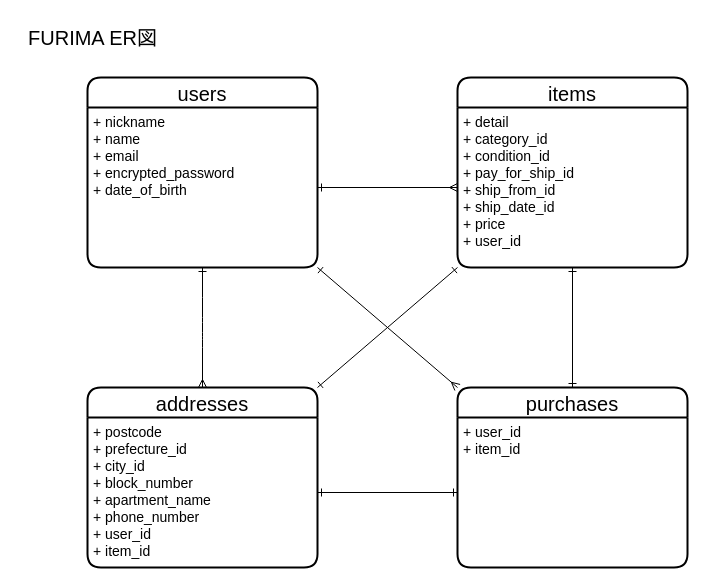
Earlier version of the draw.io diagram furima.er.dio (sumiremama/furima-39966). Source tidied: cells renumbered, new cells numbered last; positions are measured from the earlier drawing's top-left corner, leaving out a move shared by most shapes. Both pictures are drawn from the tidied source at 100%, with x=0, y=0 at pixel (17, 17).
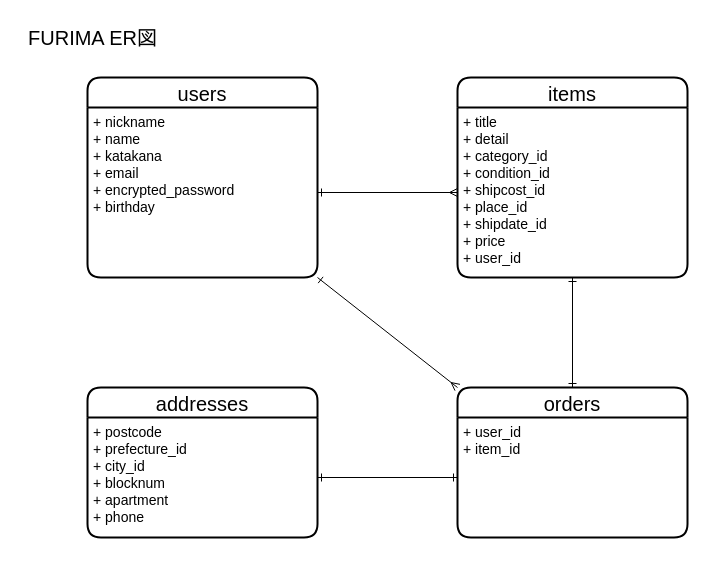
The same diagram, later.

Commit message (it also covers changes not shown here):
READMEとER図の修正

The edit, as a diff of the source:
```diff
@@
 <mxGraphModel>
   <root>
     <mxCell id="0" />
     <mxCell id="1" parent="0" />
     <mxCell id="2" value="users" style="swimlane;horizontal=1;startSize=30;rounded=1;fontSize=20;fontStyle=0;strokeWidth=2;shadow=0;dashed=0;align=center;" parent="1" vertex="1">
-      <mxGeometry x="70" y="60" width="230" height="190" as="geometry" />
+      <mxGeometry x="70" y="60" width="230" height="200" as="geometry" />
     </mxCell>
-    <mxCell id="3" value="+ nickname&#10;+ name&#10;+ email&#10;+ encrypted_password&#10;+ date_of_birth" style="align=left;strokeColor=none;fillColor=none;spacingLeft=4;fontSize=14;verticalAlign=top;" parent="2" vertex="1">
-      <mxGeometry y="30" width="230" height="160" as="geometry" />
+    <mxCell id="3" value="+ nickname&#10;+ name&#10;+ katakana&#10;+ email&#10;+ encrypted_password&#10;+ birthday" style="align=left;strokeColor=none;fillColor=none;spacingLeft=4;fontSize=14;verticalAlign=top;" parent="2" vertex="1">
+      <mxGeometry y="30" width="230" height="170" as="geometry" />
     </mxCell>
     <mxCell id="4" value="items" style="swimlane;horizontal=1;startSize=30;rounded=1;fontSize=20;fontStyle=0;strokeWidth=2;shadow=0;dashed=0;align=center;" parent="1" vertex="1">
-      <mxGeometry x="440" y="60" width="230" height="190" as="geometry" />
+      <mxGeometry x="440" y="60" width="230" height="200" as="geometry" />
     </mxCell>
-    <mxCell id="5" value="+ detail&#10;+ category_id&#10;+ condition_id&#10;+ pay_for_ship_id&#10;+ ship_from_id&#10;+ ship_date_id&#10;+ price&#10;+ user_id" style="align=left;strokeColor=none;fillColor=none;spacingLeft=4;fontSize=14;verticalAlign=top;" parent="4" vertex="1">
-      <mxGeometry y="30" width="230" height="160" as="geometry" />
+    <mxCell id="5" value="+ title&#10;+ detail&#10;+ category_id&#10;+ condition_id&#10;+ shipcost_id&#10;+ place_id&#10;+ shipdate_id&#10;+ price&#10;+ user_id" style="align=left;strokeColor=none;fillColor=none;spacingLeft=4;fontSize=14;verticalAlign=top;" parent="4" vertex="1">
+      <mxGeometry y="30" width="230" height="170" as="geometry" />
     </mxCell>
     <mxCell id="6" value="addresses" style="swimlane;horizontal=1;startSize=30;rounded=1;fontSize=20;fontStyle=0;strokeWidth=2;shadow=0;dashed=0;align=center;" parent="1" vertex="1">
-      <mxGeometry x="70" y="370" width="230" height="180" as="geometry" />
+      <mxGeometry x="70" y="370" width="230" height="150" as="geometry" />
     </mxCell>
-    <mxCell id="7" value="+ postcode&#10;+ prefecture_id&#10;+ city_id&#10;+ block_number&#10;+ apartment_name&#10;+ phone_number&#10;+ user_id&#10;+ item_id" style="align=left;strokeColor=none;fillColor=none;spacingLeft=4;fontSize=14;verticalAlign=top;" parent="6" vertex="1">
-      <mxGeometry y="30" width="230" height="150" as="geometry" />
+    <mxCell id="7" value="+ postcode&#10;+ prefecture_id&#10;+ city_id&#10;+ blocknum&#10;+ apartment&#10;+ phone" style="align=left;strokeColor=none;fillColor=none;spacingLeft=4;fontSize=14;verticalAlign=top;" parent="6" vertex="1">
+      <mxGeometry y="30" width="230" height="120" as="geometry" />
     </mxCell>
-    <mxCell id="8" value="purchases" style="swimlane;horizontal=1;startSize=30;rounded=1;fontSize=20;fontStyle=0;strokeWidth=2;shadow=0;dashed=0;align=center;" parent="1" vertex="1">
-      <mxGeometry x="440" y="370" width="230" height="180" as="geometry" />
+    <mxCell id="8" value="orders" style="swimlane;horizontal=1;startSize=30;rounded=1;fontSize=20;fontStyle=0;strokeWidth=2;shadow=0;dashed=0;align=center;" parent="1" vertex="1">
+      <mxGeometry x="440" y="370" width="230" height="150" as="geometry" />
     </mxCell>
     <mxCell id="9" value="+ user_id&#10;+ item_id" style="align=left;strokeColor=none;fillColor=none;spacingLeft=4;fontSize=14;verticalAlign=top;" parent="8" vertex="1">
-      <mxGeometry y="30" width="230" height="150" as="geometry" />
+      <mxGeometry y="30" width="230" height="120" as="geometry" />
     </mxCell>
-    <mxCell id="10" style="fontSize=12;html=1;endArrow=ERmany;exitX=0.5;exitY=1;exitDx=0;exitDy=0;endFill=0;startArrow=ERone;startFill=0;entryX=0.5;entryY=0;entryDx=0;entryDy=0;" parent="1" edge="1" source="3" target="6">
-      <mxGeometry relative="1" as="geometry">
-        <Array as="points">
-          <mxPoint x="185" y="290" />
-          <mxPoint x="185" y="310" />
-          <mxPoint x="185" y="320" />
-        </Array>
-      </mxGeometry>
-    </mxCell>
     <mxCell id="11" style="edgeStyle=none;html=1;exitX=1;exitY=0.5;exitDx=0;exitDy=0;fontSize=14;endArrow=ERmany;endFill=0;startArrow=ERone;startFill=0;entryX=0;entryY=0.5;entryDx=0;entryDy=0;" parent="1" edge="1" source="3" target="5">
       <mxGeometry relative="1" as="geometry" />
     </mxCell>
     <mxCell id="12" style="edgeStyle=none;html=1;exitX=0.5;exitY=1;exitDx=0;exitDy=0;fontSize=14;endArrow=ERone;endFill=0;startArrow=ERone;startFill=0;entryX=0.5;entryY=0;entryDx=0;entryDy=0;" parent="1" edge="1" source="5" target="8">
       <mxGeometry relative="1" as="geometry" />
     </mxCell>
     <mxCell id="13" style="edgeStyle=none;html=1;exitX=1;exitY=0.5;exitDx=0;exitDy=0;entryX=0;entryY=0.5;entryDx=0;entryDy=0;fontSize=14;startArrow=ERone;startFill=0;endArrow=ERone;endFill=0;" parent="1" edge="1" source="7" target="9">
       <mxGeometry relative="1" as="geometry" />
     </mxCell>
-    <mxCell id="14" style="edgeStyle=none;html=1;exitX=0;exitY=1;exitDx=0;exitDy=0;entryX=1;entryY=0;entryDx=0;entryDy=0;fontSize=14;startArrow=ERone;startFill=0;endArrow=ERone;endFill=0;" parent="1" edge="1" source="5" target="6">
-      <mxGeometry relative="1" as="geometry" />
-    </mxCell>
     <mxCell id="15" style="edgeStyle=none;html=1;exitX=1;exitY=1;exitDx=0;exitDy=0;entryX=0;entryY=0;entryDx=0;entryDy=0;fontSize=14;startArrow=ERone;startFill=0;endArrow=ERmany;endFill=0;" parent="1" edge="1" source="3" target="8">
       <mxGeometry relative="1" as="geometry" />
     </mxCell>
     <mxCell id="16" value="FURIMA ER図" style="text;html=1;align=center;verticalAlign=middle;strokeColor=none;fillColor=none;fontSize=20;" parent="1" vertex="1">
       <mxGeometry width="150" height="40" as="geometry" />
     </mxCell>
   </root>
 </mxGraphModel>
```
